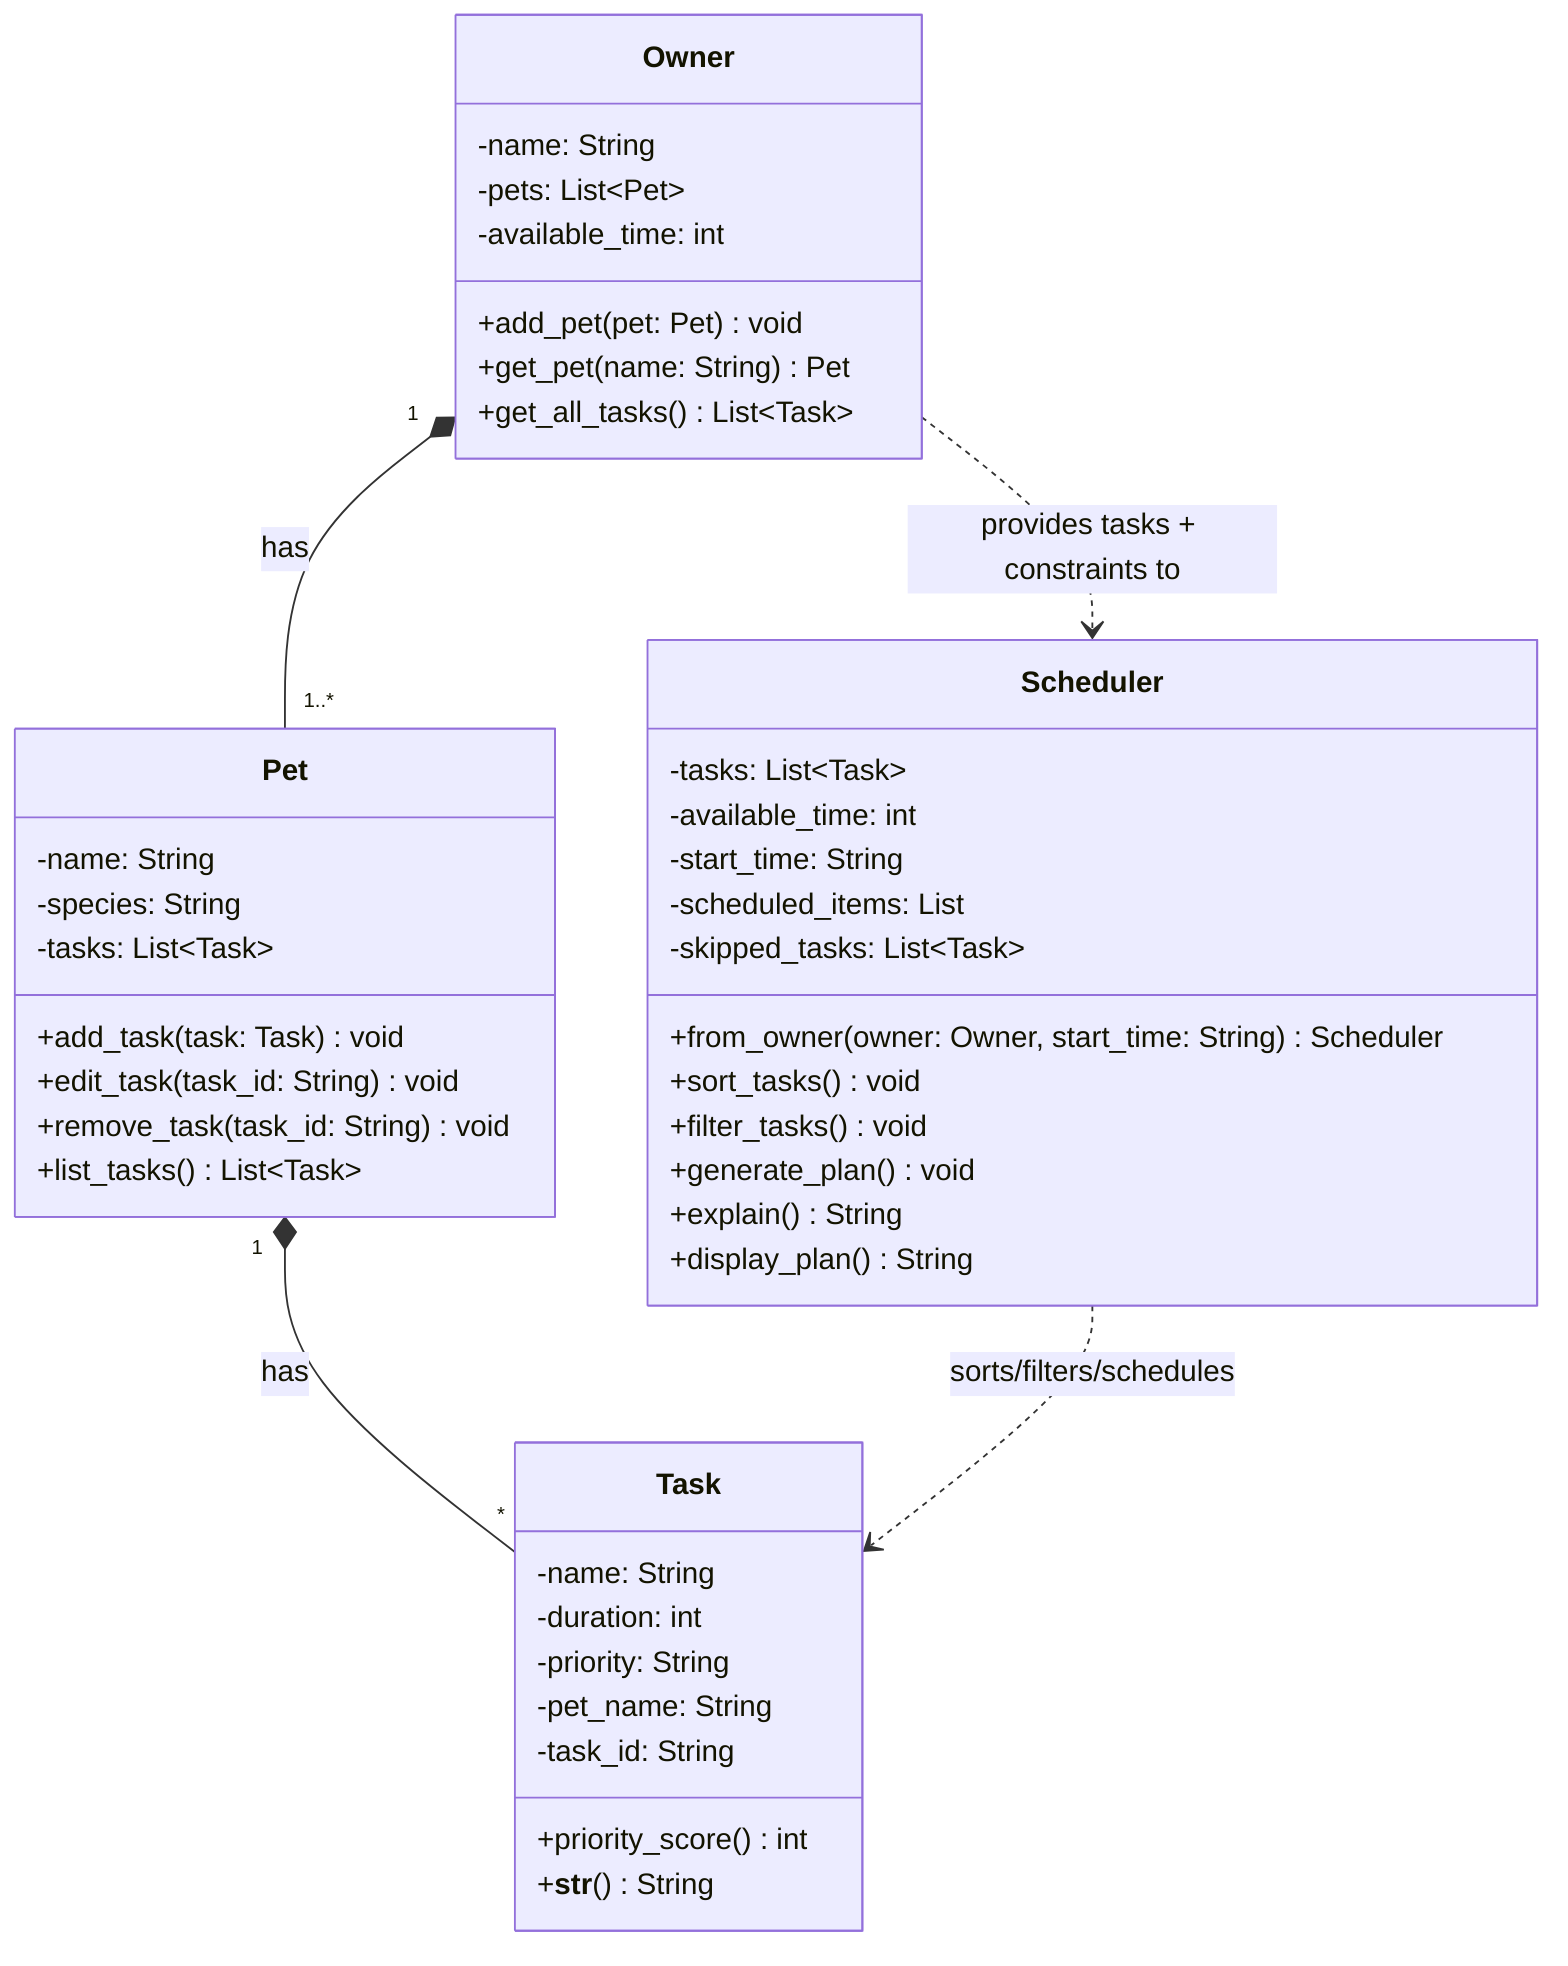
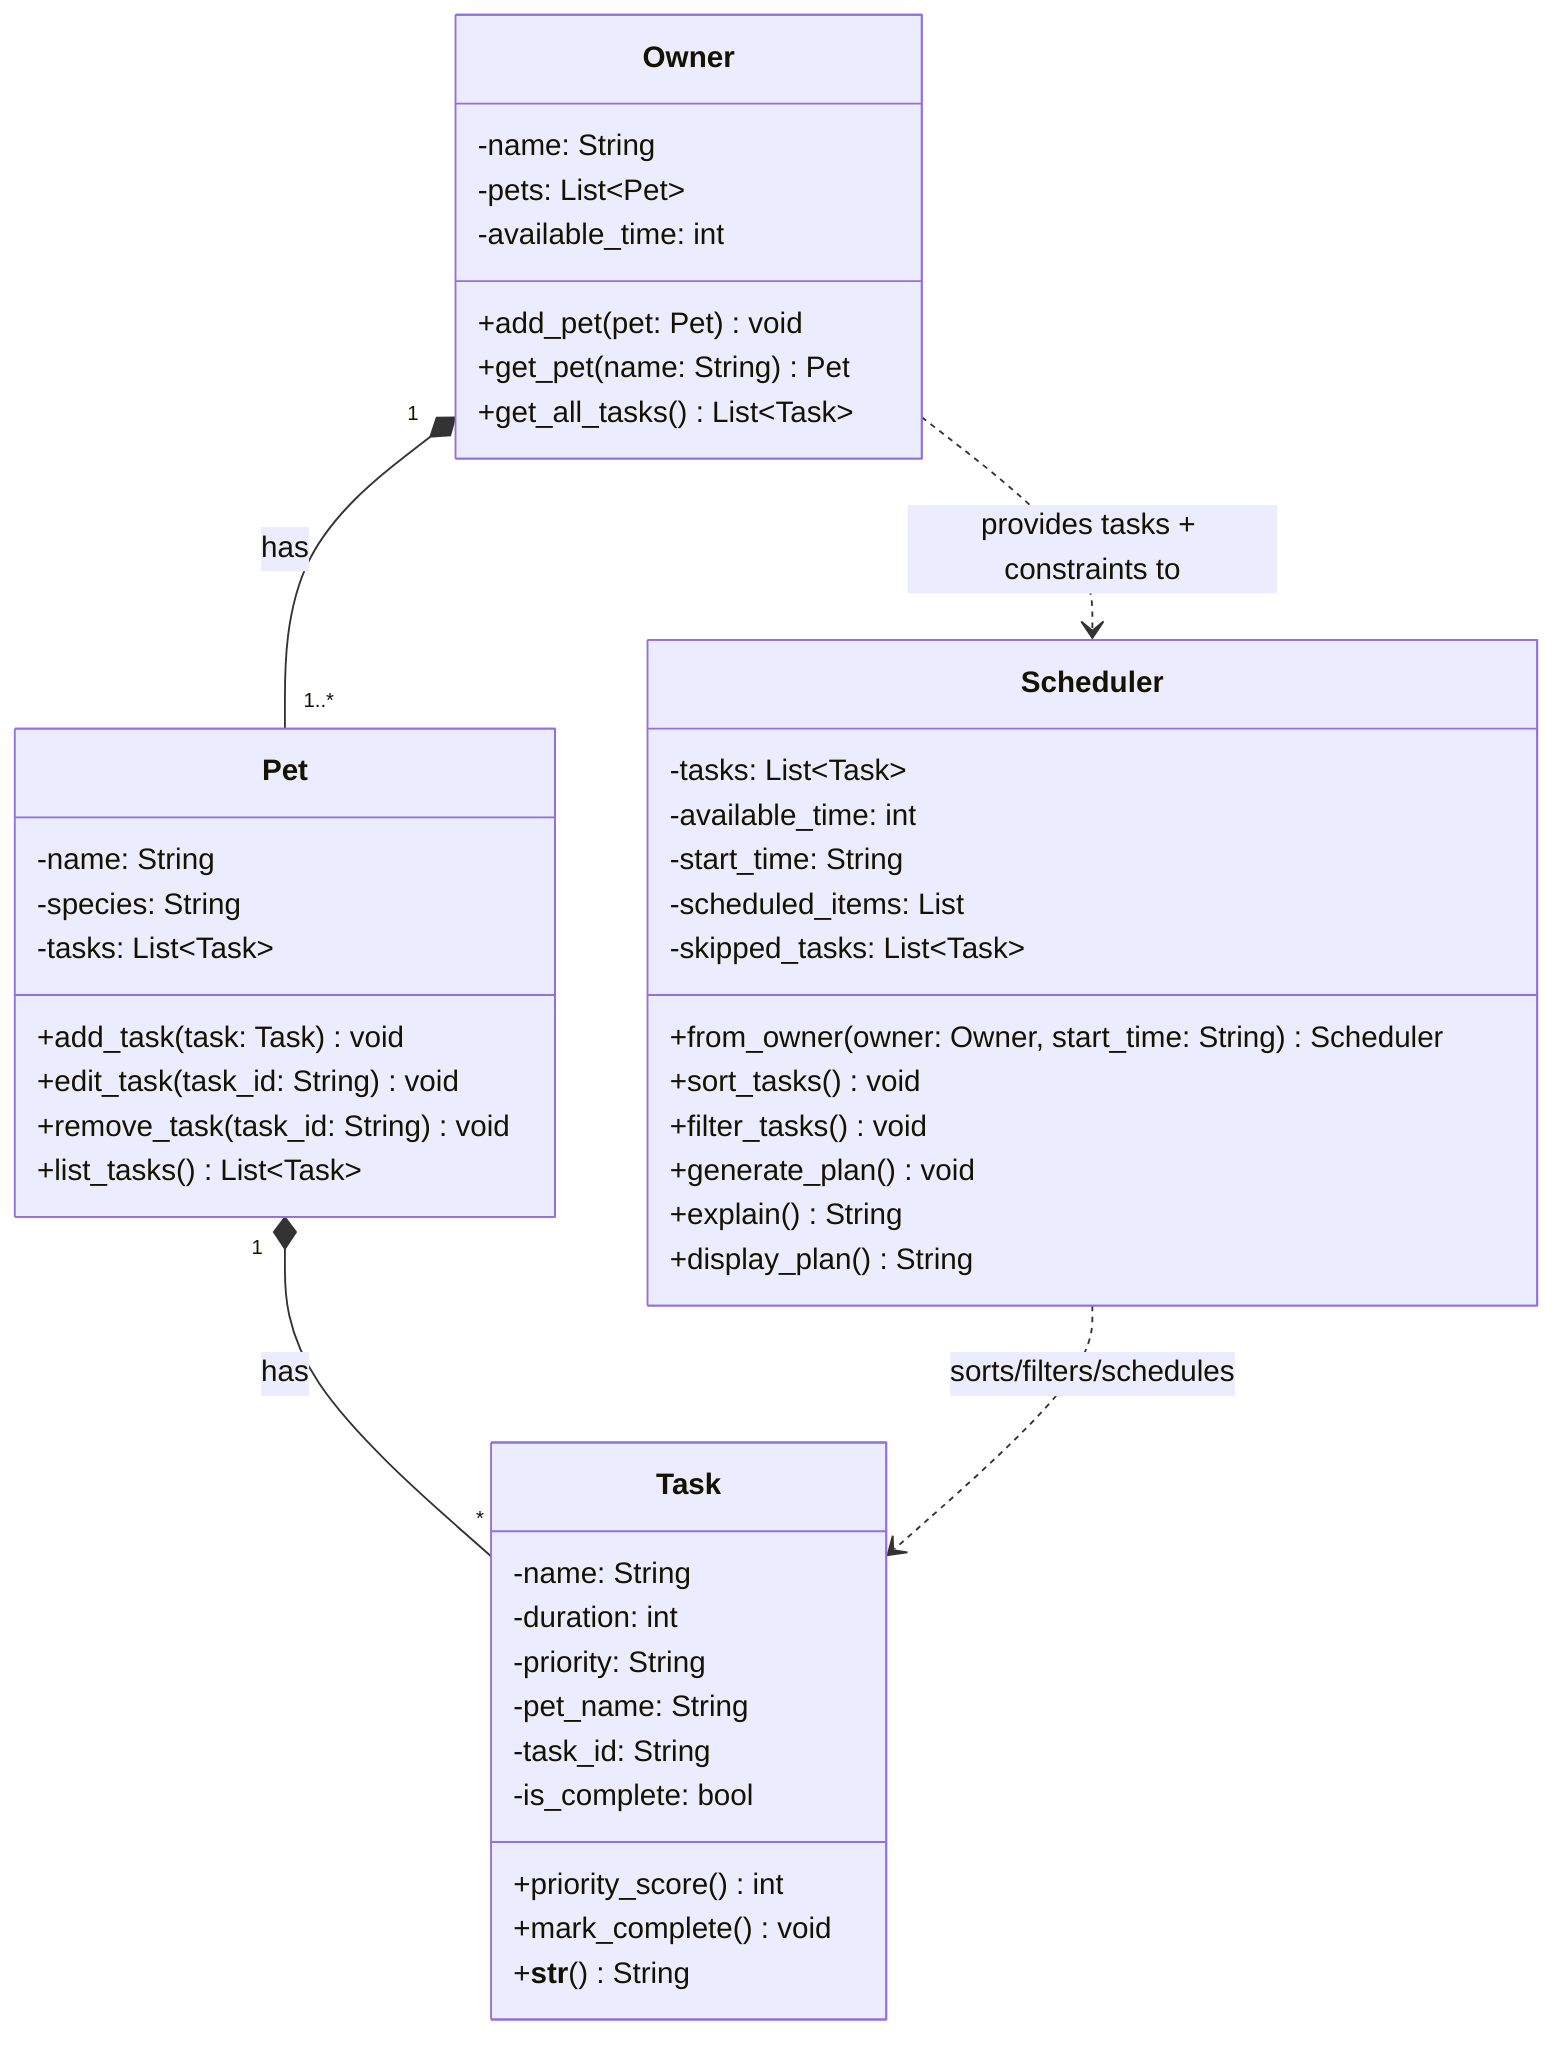
classDiagram
    class Owner {
        -name: String
        -pets: List~Pet~
        -available_time: int
        +add_pet(pet: Pet) void
        +get_pet(name: String) Pet
        +get_all_tasks() List~Task~
    }

    class Pet {
        -name: String
        -species: String
        -tasks: List~Task~
        +add_task(task: Task) void
        +edit_task(task_id: String) void
        +remove_task(task_id: String) void
        +list_tasks() List~Task~
    }

    class Task {
        -name: String
        -duration: int
        -priority: String
        -pet_name: String
        -task_id: String
+         -is_complete: bool
        +priority_score() int
+         +mark_complete() void
        +__str__() String
    }

    class Scheduler {
        -tasks: List~Task~
        -available_time: int
        -start_time: String
        -scheduled_items: List
        -skipped_tasks: List~Task~
        +from_owner(owner: Owner, start_time: String) Scheduler
        +sort_tasks() void
        +filter_tasks() void
        +generate_plan() void
        +explain() String
        +display_plan() String
    }

    Owner "1" *-- "1..*" Pet : has
    Pet "1" *-- "*" Task : has
    Owner ..> Scheduler : provides tasks + constraints to
    Scheduler ..> Task : sorts/filters/schedules
